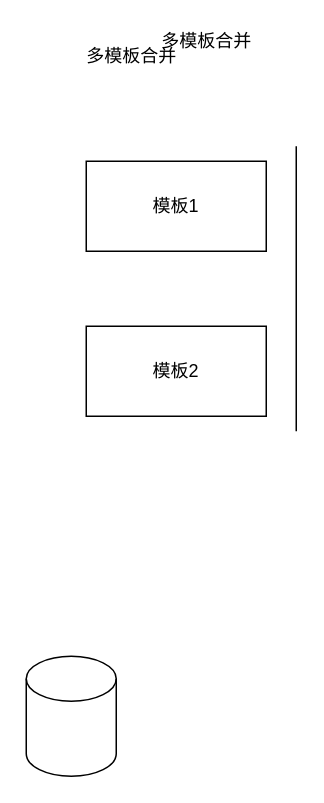
Above: rongda-dep/rule sync.drawio in cherishsince/diagrams.net (draw.io), before the change. Source tidied: cells renumbered, new cells numbered last; positions are measured from the earlier drawing's top-left corner, leaving out a move shared by most shapes. Both pictures are drawn from the tidied source at 150%, with x=0, y=0 at pixel (26, 26).
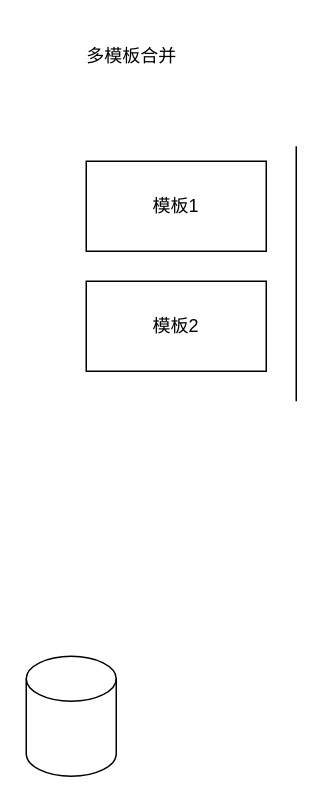
Above is the later version.

Change to the diagram source:
```diff
@@
 <mxGraphModel>
   <root>
     <mxCell id="0" />
     <mxCell id="1" parent="0" />
     <mxCell id="2" style="shape=cylinder3;whiteSpace=wrap;html=1;boundedLbl=1;backgroundOutline=1;size=15;" parent="1" vertex="1">
       <mxGeometry y="420" width="60" height="80" as="geometry" />
     </mxCell>
     <mxCell id="3" value="模板1" style="rounded=0;whiteSpace=wrap;html=1;" parent="1" vertex="1">
       <mxGeometry x="40" y="90" width="120" height="60" as="geometry" />
     </mxCell>
     <mxCell id="4" value="模板2" style="rounded=0;whiteSpace=wrap;html=1;" parent="1" vertex="1">
-      <mxGeometry x="40" y="200" width="120" height="60" as="geometry" />
+      <mxGeometry x="40" y="170" width="120" height="60" as="geometry" />
     </mxCell>
-    <mxCell id="5" value="多模板合并" style="text;html=1;align=center;verticalAlign=middle;strokeColor=none;" parent="1" vertex="1">
-      <mxGeometry x="80" width="80" height="20" as="geometry" />
-    </mxCell>
     <mxCell id="6" style="endArrow=none;html=1;" parent="1" edge="1">
       <mxGeometry relative="1" as="geometry">
-        <mxPoint x="180" y="270" as="sourcePoint" />
+        <mxPoint x="180" y="250" as="sourcePoint" />
         <mxPoint x="180" y="80" as="targetPoint" />
       </mxGeometry>
     </mxCell>
     <mxCell id="7" value="多模板合并" style="text;html=1;align=center;verticalAlign=middle;strokeColor=none;" parent="1" vertex="1">
       <mxGeometry x="30" y="10" width="80" height="20" as="geometry" />
     </mxCell>
   </root>
 </mxGraphModel>
```
